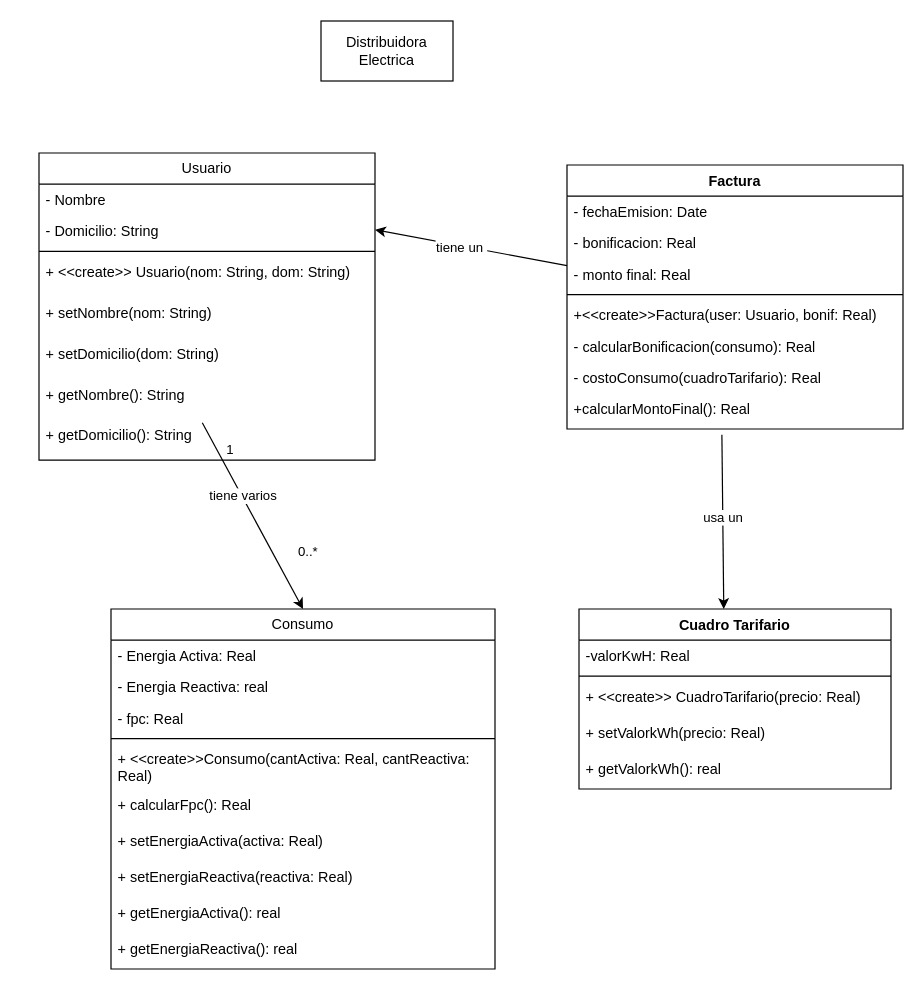
Above: ejercicio6/src/main/java/ar/edu/unlp/oo1/ejercicio6/distribuidoraElectrica.drawio in Arfirpo/ORIENTACION-A-OBJETOS-I (draw.io), before the change. Source tidied: cells renumbered, new cells numbered last; positions are measured from the earlier drawing's top-left corner, leaving out a move shared by most shapes. Both pictures are drawn from the tidied source at 120%, with x=0, y=0 at pixel (38, 20).
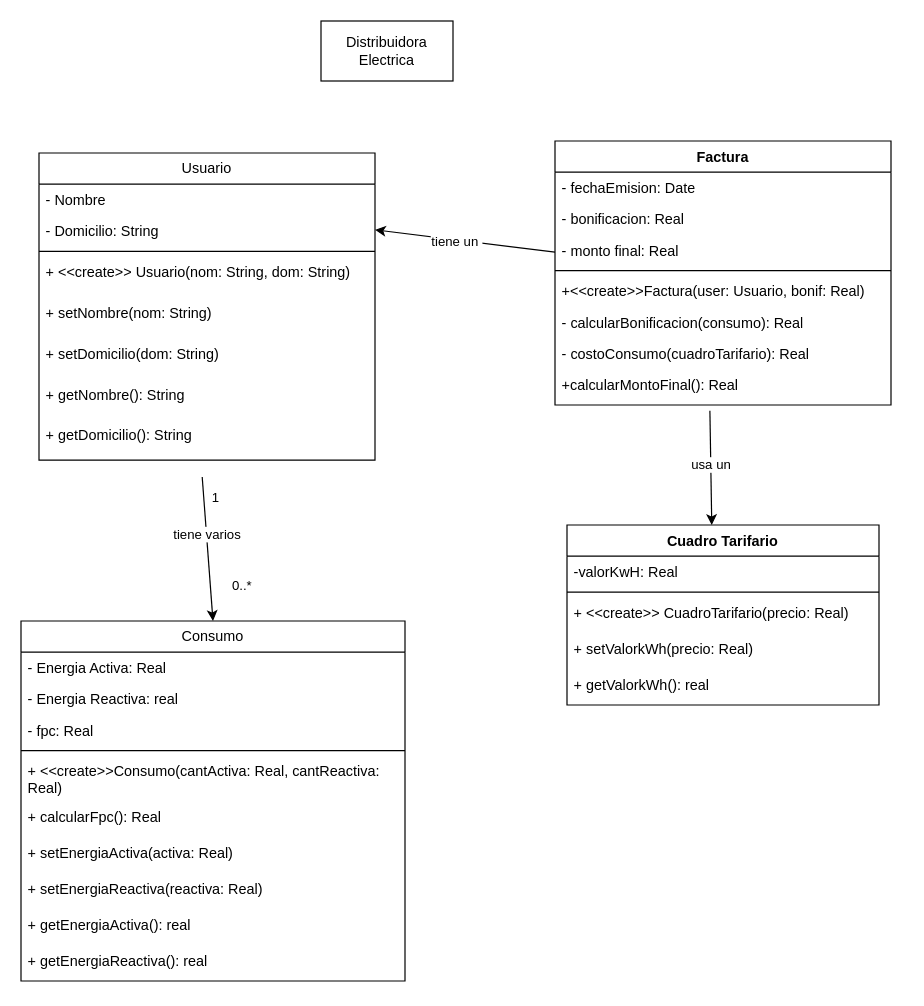
Above is the later version.

Unchanged cells that the change refers to:
```xml
<mxCell id="43" value="+ getNombre(): String" style="text;strokeColor=none;fillColor=none;align=left;verticalAlign=top;spacingLeft=4;spacingRight=4;overflow=hidden;points=[[0,0.5],[1,0.5]];portConstraint=eastwest;whiteSpace=wrap;html=1;" parent="36" vertex="1">
  <mxGeometry y="188" width="280" height="34" as="geometry" />
</mxCell>
```

Change to the diagram source:
```diff
@@
     <mxCell id="4" value="Cuadro Tarifario" style="swimlane;fontStyle=1;align=center;verticalAlign=top;horizontal=1;startSize=26;whiteSpace=wrap;html=1;" parent="1" vertex="1">
-      <mxGeometry x="450" y="490" width="260" height="150" as="geometry" />
+      <mxGeometry x="440" y="420" width="260" height="150" as="geometry" />
     </mxCell>
@@
-    <mxCell id="11" value="0..*" style="edgeStyle=none;html=1;entryX=0.5;entryY=0;entryDx=0;entryDy=0;exitX=0.486;exitY=1.082;exitDx=0;exitDy=0;exitPerimeter=0;" parent="1" edge="1" source="43" target="14">
-      <mxGeometry x="0.54" y="26" relative="1" as="geometry" />
+    <mxCell id="11" value="0..*" style="edgeStyle=none;html=1;entryX=0.5;entryY=0;entryDx=0;entryDy=0;" parent="1" edge="1" target="14">
+      <mxGeometry x="0.54" y="26" relative="1" as="geometry">
+        <mxPoint x="136" y="380" as="sourcePoint" />
+      </mxGeometry>
     </mxCell>
@@
     <mxCell id="14" value="Consumo" style="swimlane;fontStyle=0;horizontal=1;startSize=26;fillColor=none;whiteSpace=wrap;html=1;" parent="1" vertex="1">
-      <mxGeometry x="60" y="490" width="320" height="300" as="geometry" />
+      <mxGeometry x="-15" y="500" width="320" height="300" as="geometry" />
     </mxCell>
@@
     <mxCell id="27" value="Factura" style="swimlane;fontStyle=1;align=center;verticalAlign=top;horizontal=1;startSize=26;whiteSpace=wrap;html=1;" parent="1" vertex="1">
-      <mxGeometry x="440" y="120" width="280" height="220" as="geometry" />
+      <mxGeometry x="430" y="100" width="280" height="220" as="geometry" />
     </mxCell>
```
